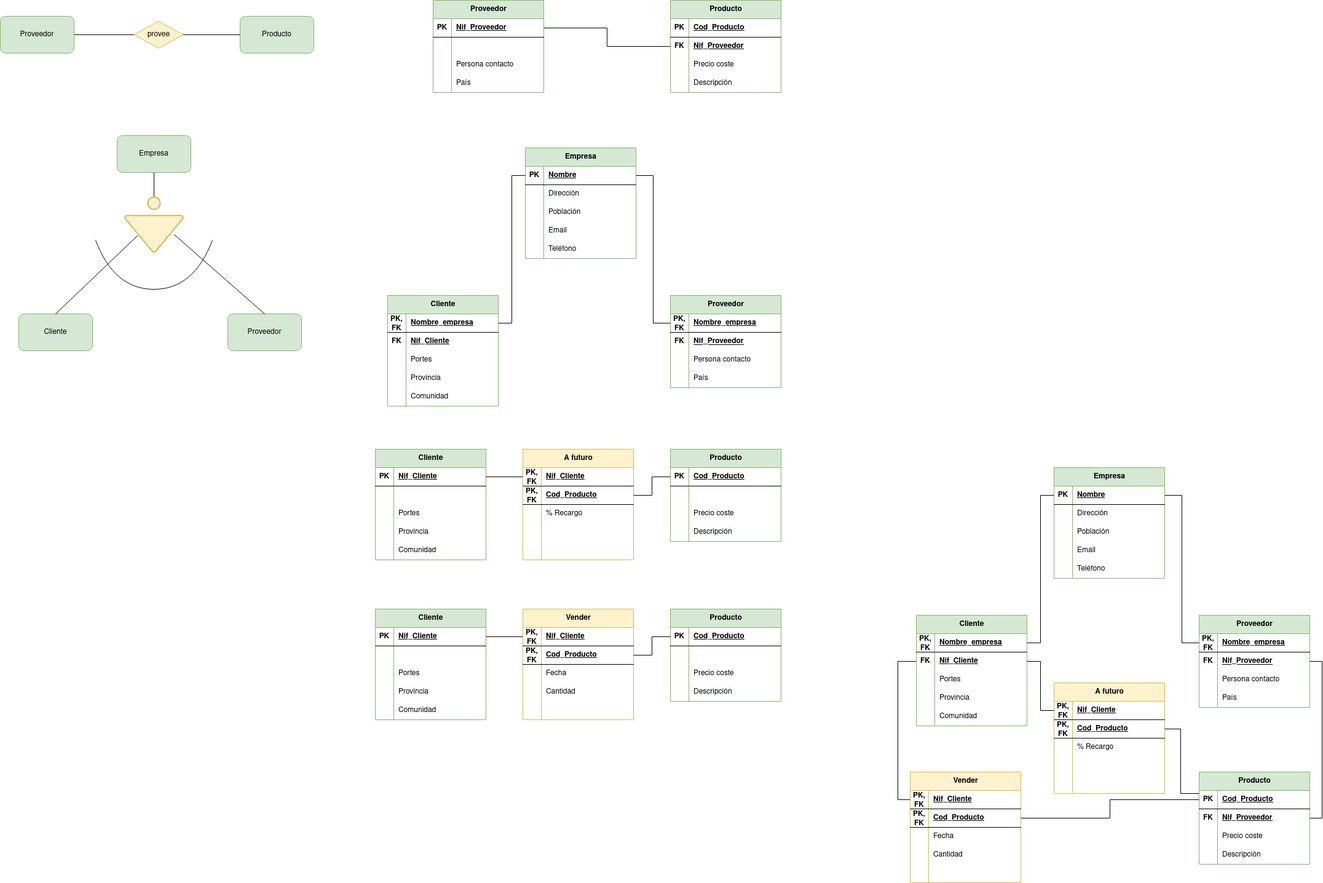
Before: Unidad-1/Tareas/Tareas-evaluables/Tarea-evaluable-5/tarea-empresa-compraventa.drawio.png, a diagram exported from draw.io (LuisMGlez/base-datos). Source tidied: cells renumbered, new cells last; positions are measured from the earlier drawing's top-left corner, leaving out a move shared by most shapes.
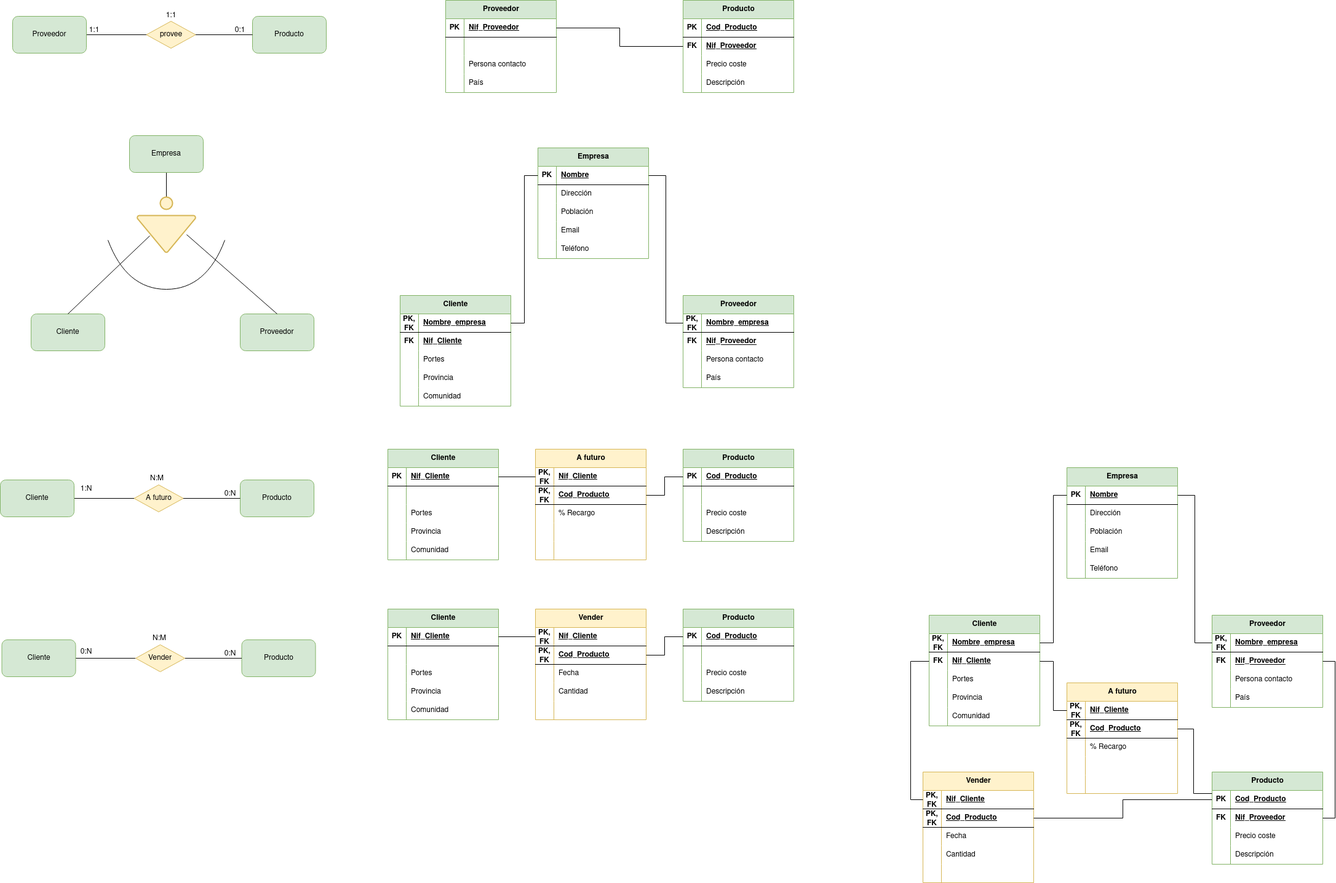
After the change.

Diff of the diagram source:
```diff
@@ -852,5 +852,62 @@
     <mxCell id="280" value="provee" style="rhombus;whiteSpace=wrap;html=1;fillColor=#fff2cc;strokeColor=#d6b656;" parent="1" vertex="1">
       <mxGeometry x="217.5" y="34" width="80" height="44" as="geometry" />
     </mxCell>
+    <mxCell id="281" style="edgeStyle=orthogonalEdgeStyle;rounded=0;jettySize=auto;html=1;exitX=1;exitY=0.5;exitDx=0;exitDy=0;entryX=0;entryY=0.5;entryDx=0;entryDy=0;endArrow=none;endFill=0;" parent="1" edge="1" source="282" target="285">
+      <mxGeometry relative="1" as="geometry" />
+    </mxCell>
+    <mxCell id="282" value="Cliente" style="rounded=1;whiteSpace=wrap;html=1;fillColor=#d5e8d4;strokeColor=#82b366;" parent="1" vertex="1">
+      <mxGeometry x="-20" y="780" width="120" height="60" as="geometry" />
+    </mxCell>
+    <mxCell id="283" value="Producto" style="rounded=1;whiteSpace=wrap;html=1;fillColor=#d5e8d4;strokeColor=#82b366;" parent="1" vertex="1">
+      <mxGeometry x="370" y="780" width="120" height="60" as="geometry" />
+    </mxCell>
+    <mxCell id="284" style="edgeStyle=orthogonalEdgeStyle;rounded=0;jettySize=auto;html=1;exitX=1;exitY=0.5;exitDx=0;exitDy=0;entryX=0;entryY=0.5;entryDx=0;entryDy=0;endArrow=none;endFill=0;" parent="1" edge="1" source="285" target="283">
+      <mxGeometry relative="1" as="geometry" />
+    </mxCell>
+    <mxCell id="285" value="A futuro" style="rhombus;whiteSpace=wrap;html=1;fillColor=#fff2cc;strokeColor=#d6b656;" parent="1" vertex="1">
+      <mxGeometry x="197.5" y="788" width="80" height="44" as="geometry" />
+    </mxCell>
+    <mxCell id="286" style="edgeStyle=orthogonalEdgeStyle;rounded=0;jettySize=auto;html=1;exitX=1;exitY=0.5;exitDx=0;exitDy=0;entryX=0;entryY=0.5;entryDx=0;entryDy=0;endArrow=none;endFill=0;" parent="1" edge="1" source="287" target="290">
+      <mxGeometry relative="1" as="geometry" />
+    </mxCell>
+    <mxCell id="287" value="Cliente" style="rounded=1;whiteSpace=wrap;html=1;fillColor=#d5e8d4;strokeColor=#82b366;" parent="1" vertex="1">
+      <mxGeometry x="-17.5" y="1040" width="120" height="60" as="geometry" />
+    </mxCell>
+    <mxCell id="288" value="Producto" style="rounded=1;whiteSpace=wrap;html=1;fillColor=#d5e8d4;strokeColor=#82b366;" parent="1" vertex="1">
+      <mxGeometry x="372.5" y="1040" width="120" height="60" as="geometry" />
+    </mxCell>
+    <mxCell id="289" style="edgeStyle=orthogonalEdgeStyle;rounded=0;jettySize=auto;html=1;exitX=1;exitY=0.5;exitDx=0;exitDy=0;entryX=0;entryY=0.5;entryDx=0;entryDy=0;endArrow=none;endFill=0;" parent="1" edge="1" source="290" target="288">
+      <mxGeometry relative="1" as="geometry" />
+    </mxCell>
+    <mxCell id="290" value="Vender" style="rhombus;whiteSpace=wrap;html=1;fillColor=#fff2cc;strokeColor=#d6b656;" parent="1" vertex="1">
+      <mxGeometry x="200" y="1048" width="80" height="44" as="geometry" />
+    </mxCell>
+    <mxCell id="291" value="N:M" style="text;strokeColor=none;align=center;fillColor=none;html=1;verticalAlign=middle;whiteSpace=wrap;rounded=0;" parent="1" vertex="1">
+      <mxGeometry x="205" y="763" width="60" height="30" as="geometry" />
+    </mxCell>
+    <mxCell id="292" value="N:M" style="text;strokeColor=none;align=center;fillColor=none;html=1;verticalAlign=middle;whiteSpace=wrap;rounded=0;" parent="1" vertex="1">
+      <mxGeometry x="209" y="1023" width="60" height="30" as="geometry" />
+    </mxCell>
+    <mxCell id="293" value="1:1" style="text;strokeColor=none;align=center;fillColor=none;html=1;verticalAlign=middle;whiteSpace=wrap;rounded=0;" parent="1" vertex="1">
+      <mxGeometry x="227.5" y="10" width="60" height="30" as="geometry" />
+    </mxCell>
+    <mxCell id="294" value="1:1" style="text;strokeColor=none;align=center;fillColor=none;html=1;verticalAlign=middle;whiteSpace=wrap;rounded=0;" parent="1" vertex="1">
+      <mxGeometry x="102.5" y="34" width="60" height="30" as="geometry" />
+    </mxCell>
+    <mxCell id="295" value="0:1" style="text;strokeColor=none;align=center;fillColor=none;html=1;verticalAlign=middle;whiteSpace=wrap;rounded=0;" parent="1" vertex="1">
+      <mxGeometry x="340" y="34" width="60" height="30" as="geometry" />
+    </mxCell>
+    <mxCell id="296" value="0:N" style="text;strokeColor=none;align=center;fillColor=none;html=1;verticalAlign=middle;whiteSpace=wrap;rounded=0;" parent="1" vertex="1">
+      <mxGeometry x="90" y="1045" width="60" height="30" as="geometry" />
+    </mxCell>
+    <mxCell id="297" value="0:N" style="text;strokeColor=none;align=center;fillColor=none;html=1;verticalAlign=middle;whiteSpace=wrap;rounded=0;" parent="1" vertex="1">
+      <mxGeometry x="324" y="1048" width="60" height="30" as="geometry" />
+    </mxCell>
+    <mxCell id="298" value="1:N" style="text;strokeColor=none;align=center;fillColor=none;html=1;verticalAlign=middle;whiteSpace=wrap;rounded=0;" parent="1" vertex="1">
+      <mxGeometry x="90" y="780" width="60" height="30" as="geometry" />
+    </mxCell>
+    <mxCell id="299" value="0:N" style="text;strokeColor=none;align=center;fillColor=none;html=1;verticalAlign=middle;whiteSpace=wrap;rounded=0;" parent="1" vertex="1">
+      <mxGeometry x="324" y="788" width="60" height="30" as="geometry" />
+    </mxCell>
   </root>
 </mxGraphModel>
```
